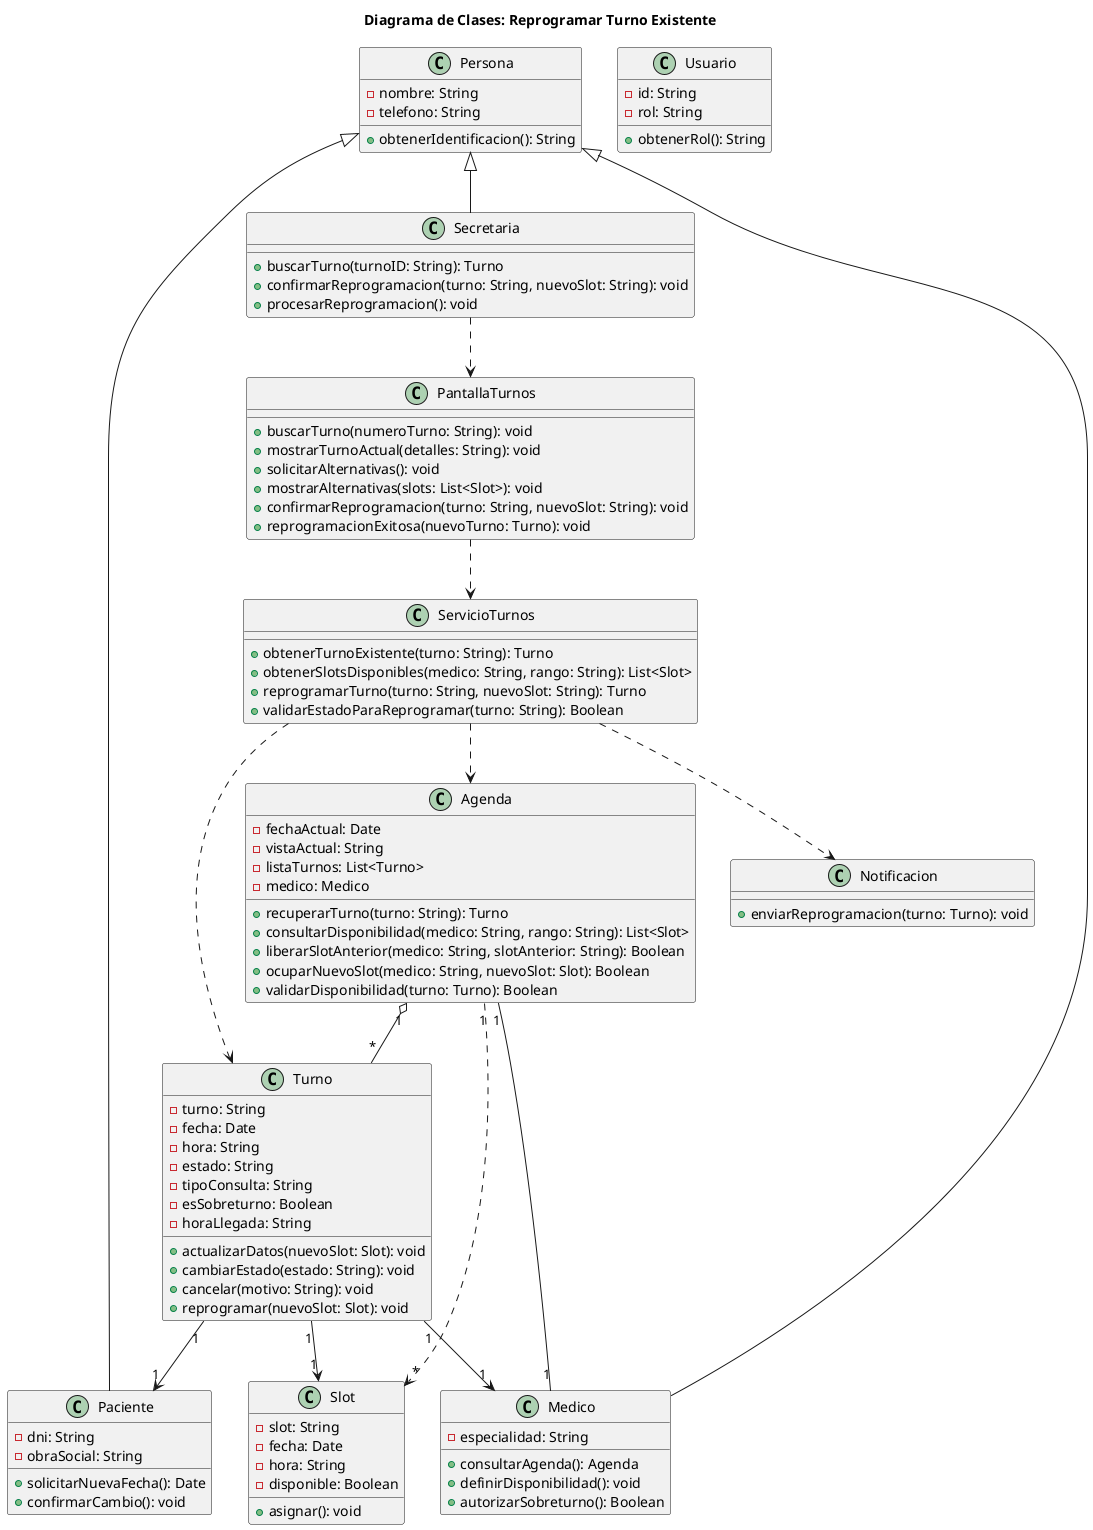
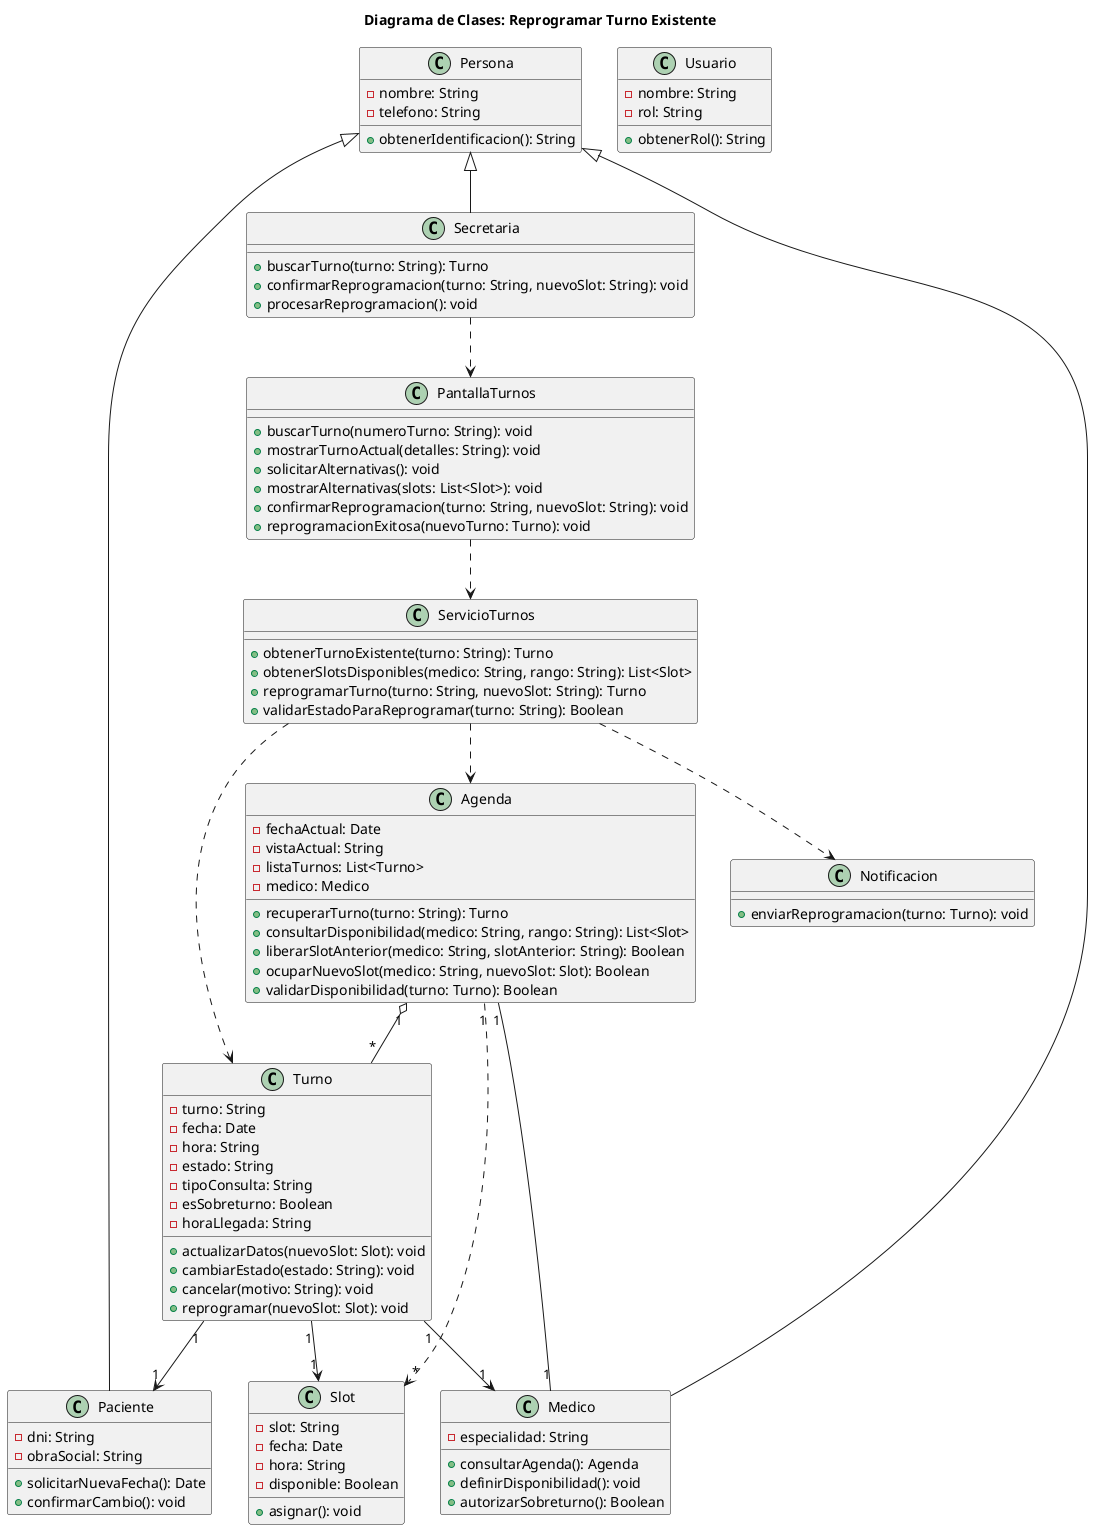
@startuml 02-clases-reprogramar-turno-02
title Diagrama de Clases: Reprogramar Turno Existente

class Persona {
    - nombre: String
    - telefono: String
    + obtenerIdentificacion(): String
}

class Usuario {
-     - id: String
+     - nombre: String
    - rol: String
    + obtenerRol(): String
}

class Paciente {
    - dni: String
    - obraSocial: String
    + solicitarNuevaFecha(): Date
    + confirmarCambio(): void
}

class Secretaria {
-     + buscarTurno(turnoID: String): Turno
+     + buscarTurno(turno: String): Turno
    + confirmarReprogramacion(turno: String, nuevoSlot: String): void
    + procesarReprogramacion(): void
}

class Medico {
    - especialidad: String
    + consultarAgenda(): Agenda
    + definirDisponibilidad(): void
    + autorizarSobreturno(): Boolean
}

class Agenda {
    - fechaActual: Date
    - vistaActual: String
    - listaTurnos: List<Turno>
    - medico: Medico
    + recuperarTurno(turno: String): Turno
    + consultarDisponibilidad(medico: String, rango: String): List<Slot>
    + liberarSlotAnterior(medico: String, slotAnterior: String): Boolean
    + ocuparNuevoSlot(medico: String, nuevoSlot: Slot): Boolean
    + validarDisponibilidad(turno: Turno): Boolean
}

class Turno {
    - turno: String
    - fecha: Date
    - hora: String
    - estado: String
    - tipoConsulta: String
    - esSobreturno: Boolean
    - horaLlegada: String
    + actualizarDatos(nuevoSlot: Slot): void
    + cambiarEstado(estado: String): void
    + cancelar(motivo: String): void
    + reprogramar(nuevoSlot: Slot): void
}

class Slot {
    - slot: String
    - fecha: Date
    - hora: String
    - disponible: Boolean
    + asignar(): void
}

class ServicioTurnos {
    + obtenerTurnoExistente(turno: String): Turno
    + obtenerSlotsDisponibles(medico: String, rango: String): List<Slot>
    + reprogramarTurno(turno: String, nuevoSlot: String): Turno
    + validarEstadoParaReprogramar(turno: String): Boolean
}

class PantallaTurnos {
    + buscarTurno(numeroTurno: String): void
    + mostrarTurnoActual(detalles: String): void
    + solicitarAlternativas(): void
    + mostrarAlternativas(slots: List<Slot>): void
    + confirmarReprogramacion(turno: String, nuevoSlot: String): void
    + reprogramacionExitosa(nuevoTurno: Turno): void
}

class Notificacion {
    + enviarReprogramacion(turno: Turno): void
}

Persona <|-- Paciente
Persona <|-- Medico
Persona <|-- Secretaria

Agenda "1" o-- "*" Turno
Agenda "1" -- "1" Medico
Turno "1" --> "1" Paciente
Turno "1" --> "1" Medico
Turno "1" --> "1" Slot
Agenda "1" ..> "*" Slot
ServicioTurnos ..> Agenda
ServicioTurnos ..> Turno
PantallaTurnos ..> ServicioTurnos
Secretaria ..> PantallaTurnos
ServicioTurnos ..> Notificacion

@enduml